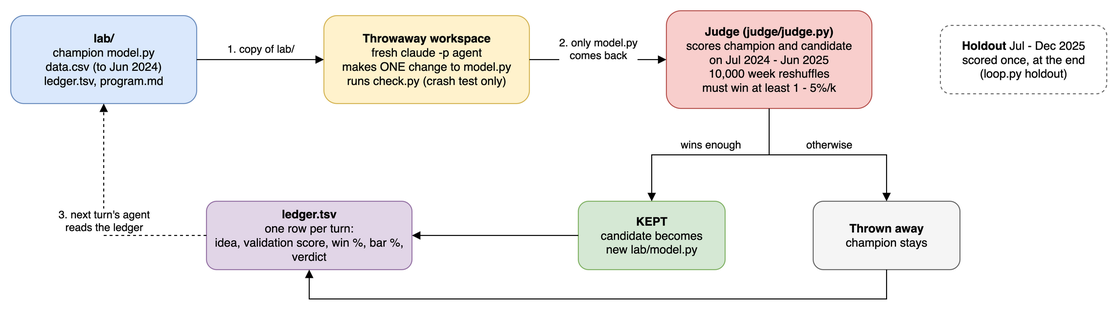
Before: docs/research-loop.drawio.png, a diagram exported from draw.io (hankehly/toy-autoresearch). Source tidied: cells renumbered, new cells last; positions are measured from the earlier drawing's top-left corner, leaving out a move shared by most shapes.
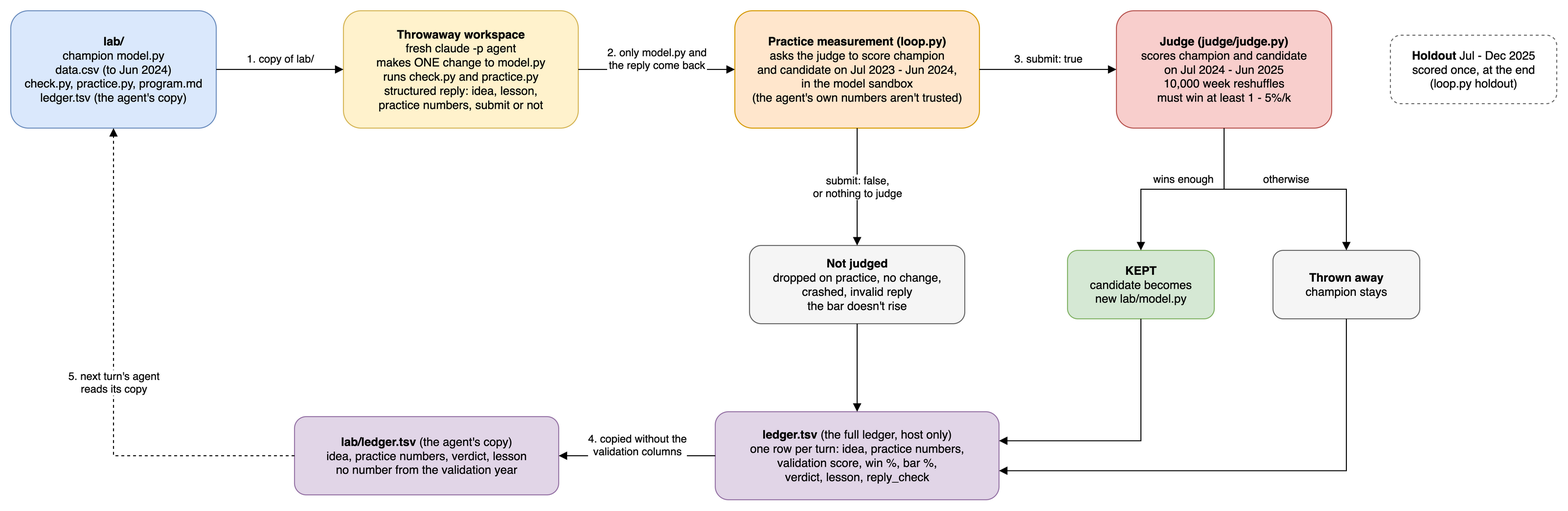
The same file after the commit.

Commit message:
Redraw the one-turn diagram for the two ledgers and the practice measurement

The diagram now shows the agent's practice run and structured reply, the
loop's own practice measurement, the outcomes that are never judged, and the
full ledger feeding the agent's copy. Follows #1.

Change to the diagram source:
```diff
@@ -2,56 +2,72 @@
   <root>
     <mxCell id="0" />
     <mxCell id="1" parent="0" />
-    <mxCell id="2" value="&lt;b&gt;lab/&lt;/b&gt;&lt;br&gt;champion model.py&lt;br&gt;data.csv (to Jun 2024)&lt;br&gt;ledger.tsv, program.md" style="rounded=1;whiteSpace=wrap;html=1;fillColor=#dae8fc;strokeColor=#6c8ebf;" parent="1" vertex="1">
-      <mxGeometry y="5" width="190" height="90" as="geometry" />
+    <mxCell id="2" value="&lt;b&gt;lab/&lt;/b&gt;&lt;br&gt;champion model.py&lt;br&gt;data.csv (to Jun 2024)&lt;br&gt;check.py, practice.py, program.md&lt;br&gt;ledger.tsv (the agent's copy)" style="rounded=1;whiteSpace=wrap;html=1;fillColor=#dae8fc;strokeColor=#6c8ebf;" parent="1" vertex="1">
+      <mxGeometry y="-5" width="210" height="120" as="geometry" />
     </mxCell>
-    <mxCell id="3" value="&lt;b&gt;Throwaway workspace&lt;/b&gt;&lt;br&gt;fresh claude -p agent&lt;br&gt;makes ONE change to model.py&lt;br&gt;runs check.py (crash test only)" style="rounded=1;whiteSpace=wrap;html=1;fillColor=#fff2cc;strokeColor=#d6b656;" parent="1" vertex="1">
-      <mxGeometry x="320" y="5" width="210" height="90" as="geometry" />
+    <mxCell id="3" value="&lt;b&gt;Throwaway workspace&lt;/b&gt;&lt;br&gt;fresh claude -p agent&lt;br&gt;makes ONE change to model.py&lt;br&gt;runs check.py and practice.py&lt;br&gt;structured reply: idea, lesson,&lt;br&gt;practice numbers, submit or not" style="rounded=1;whiteSpace=wrap;html=1;fillColor=#fff2cc;strokeColor=#d6b656;" parent="1" vertex="1">
+      <mxGeometry x="340" y="-5" width="240" height="120" as="geometry" />
     </mxCell>
+    <mxCell id="16" value="&lt;b&gt;Practice measurement (loop.py)&lt;/b&gt;&lt;br&gt;asks the judge to score champion&lt;br&gt;and candidate on Jul 2023 - Jun 2024,&lt;br&gt;in the model sandbox&lt;br&gt;(the agent's own numbers aren't trusted)" style="rounded=1;whiteSpace=wrap;html=1;fillColor=#ffe6cc;strokeColor=#d79b00;" parent="1" vertex="1">
+      <mxGeometry x="740" y="-5" width="250" height="120" as="geometry" />
+    </mxCell>
     <mxCell id="4" value="&lt;b&gt;Judge (judge/judge.py)&lt;/b&gt;&lt;br&gt;scores champion and candidate&lt;br&gt;on Jul 2024 - Jun 2025&lt;br&gt;10,000 week reshuffles&lt;br&gt;must win at least 1 - 5%/k" style="rounded=1;whiteSpace=wrap;html=1;fillColor=#f8cecc;strokeColor=#b85450;" parent="1" vertex="1">
-      <mxGeometry x="670" width="210" height="100" as="geometry" />
+      <mxGeometry x="1130" y="-5" width="220" height="120" as="geometry" />
     </mxCell>
+    <mxCell id="8" value="&lt;b&gt;Holdout&lt;/b&gt; Jul - Dec 2025&lt;br&gt;scored once, at the end&lt;br&gt;(loop.py holdout)" style="rounded=1;whiteSpace=wrap;html=1;dashed=1;fillColor=none;strokeColor=#666666;" parent="1" vertex="1">
+      <mxGeometry x="1410" y="20" width="170" height="70" as="geometry" />
+    </mxCell>
+    <mxCell id="17" value="&lt;b&gt;Not judged&lt;/b&gt;&lt;br&gt;dropped on practice, no change,&lt;br&gt;crashed, invalid reply&lt;br&gt;the bar doesn't rise" style="rounded=1;whiteSpace=wrap;html=1;fillColor=#f5f5f5;strokeColor=#666666;" parent="1" vertex="1">
+      <mxGeometry x="755" y="235" width="220" height="80" as="geometry" />
+    </mxCell>
     <mxCell id="5" value="&lt;b&gt;KEPT&lt;/b&gt;&lt;br&gt;candidate becomes&lt;br&gt;new lab/model.py" style="rounded=1;whiteSpace=wrap;html=1;fillColor=#d5e8d4;strokeColor=#82b366;" parent="1" vertex="1">
-      <mxGeometry x="580" y="195" width="150" height="70" as="geometry" />
+      <mxGeometry x="1080" y="240" width="150" height="70" as="geometry" />
     </mxCell>
     <mxCell id="6" value="&lt;b&gt;Thrown away&lt;/b&gt;&lt;br&gt;champion stays" style="rounded=1;whiteSpace=wrap;html=1;fillColor=#f5f5f5;strokeColor=#666666;" parent="1" vertex="1">
-      <mxGeometry x="820" y="195" width="150" height="70" as="geometry" />
+      <mxGeometry x="1290" y="240" width="150" height="70" as="geometry" />
     </mxCell>
-    <mxCell id="7" value="&lt;b&gt;ledger.tsv&lt;/b&gt;&lt;br&gt;one row per turn:&lt;br&gt;idea, validation score, win %, bar %, verdict" style="rounded=1;whiteSpace=wrap;html=1;fillColor=#e1d5e7;strokeColor=#9673a6;" parent="1" vertex="1">
-      <mxGeometry x="200" y="195" width="210" height="70" as="geometry" />
+    <mxCell id="7" value="&lt;b&gt;ledger.tsv&lt;/b&gt; (the full ledger, host only)&lt;br&gt;one row per turn: idea, practice numbers,&lt;br&gt;validation score, win %, bar %,&lt;br&gt;verdict, lesson, reply_check" style="rounded=1;whiteSpace=wrap;html=1;fillColor=#e1d5e7;strokeColor=#9673a6;" parent="1" vertex="1">
+      <mxGeometry x="720" y="405" width="290" height="90" as="geometry" />
     </mxCell>
-    <mxCell id="8" value="&lt;b&gt;Holdout&lt;/b&gt; Jul - Dec 2025&lt;br&gt;scored once, at the end&lt;br&gt;(loop.py holdout)" style="rounded=1;whiteSpace=wrap;html=1;dashed=1;fillColor=none;strokeColor=#666666;" parent="1" vertex="1">
-      <mxGeometry x="950" y="15" width="170" height="70" as="geometry" />
-    </mxCell>
+    <mxCell id="18" value="&lt;b&gt;lab/ledger.tsv&lt;/b&gt; (the agent's copy)&lt;br&gt;idea, practice numbers, verdict, lesson&lt;br&gt;no number from the validation year" style="rounded=1;whiteSpace=wrap;html=1;fillColor=#e1d5e7;strokeColor=#9673a6;" parent="1" vertex="1">
+      <mxGeometry x="290" y="410" width="270" height="80" as="geometry" />
+    </mxCell>
     <mxCell id="9" value="1. copy of lab/" style="edgeStyle=orthogonalEdgeStyle;rounded=0;html=1;endArrow=block;labelBackgroundColor=default;spacingTop=-22;" parent="1" edge="1" source="2" target="3">
       <mxGeometry relative="1" as="geometry" />
     </mxCell>
-    <mxCell id="10" value="2. only model.py&lt;br&gt;comes back" style="edgeStyle=orthogonalEdgeStyle;rounded=0;html=1;endArrow=block;labelBackgroundColor=default;spacingTop=-22;" parent="1" edge="1" source="3" target="4">
+    <mxCell id="10" value="2. only model.py and&lt;br&gt;the reply come back" style="edgeStyle=orthogonalEdgeStyle;rounded=0;html=1;endArrow=block;labelBackgroundColor=default;spacingTop=-22;" parent="1" edge="1" source="3" target="16">
       <mxGeometry relative="1" as="geometry" />
     </mxCell>
-    <mxCell id="11" value="wins enough" style="edgeStyle=orthogonalEdgeStyle;rounded=0;html=1;endArrow=block;labelBackgroundColor=default;spacingTop=-22;" parent="1" edge="1" source="4" target="5">
+    <mxCell id="11" value="3. submit: true" style="edgeStyle=orthogonalEdgeStyle;rounded=0;html=1;endArrow=block;labelBackgroundColor=default;spacingTop=-22;" parent="1" edge="1" source="16" target="4">
       <mxGeometry relative="1" as="geometry" />
     </mxCell>
-    <mxCell id="12" value="otherwise" style="edgeStyle=orthogonalEdgeStyle;rounded=0;html=1;endArrow=block;labelBackgroundColor=default;spacingTop=-22;" parent="1" edge="1" source="4" target="6">
+    <mxCell id="12" value="submit: false,&lt;br&gt;or nothing to judge" style="edgeStyle=orthogonalEdgeStyle;rounded=0;html=1;endArrow=block;labelBackgroundColor=default;" parent="1" edge="1" source="16" target="17">
       <mxGeometry relative="1" as="geometry" />
     </mxCell>
-    <mxCell id="13" style="edgeStyle=orthogonalEdgeStyle;rounded=0;html=1;endArrow=block;labelBackgroundColor=default;spacingTop=-22;" parent="1" edge="1" source="5" target="7">
+    <mxCell id="13" value="wins enough" style="edgeStyle=orthogonalEdgeStyle;rounded=0;html=1;endArrow=block;labelBackgroundColor=default;spacingTop=-22;" parent="1" edge="1" source="4" target="5">
       <mxGeometry relative="1" as="geometry" />
     </mxCell>
-    <mxCell id="14" style="edgeStyle=orthogonalEdgeStyle;rounded=0;html=1;endArrow=block;labelBackgroundColor=default;spacingTop=-22;" parent="1" edge="1" source="6" target="7">
-      <mxGeometry relative="1" as="geometry">
-        <Array as="points">
-          <mxPoint x="895" y="295" />
-          <mxPoint x="305" y="295" />
-        </Array>
-      </mxGeometry>
+    <mxCell id="14" value="otherwise" style="edgeStyle=orthogonalEdgeStyle;rounded=0;html=1;endArrow=block;labelBackgroundColor=default;spacingTop=-22;" parent="1" edge="1" source="4" target="6">
+      <mxGeometry relative="1" as="geometry" />
     </mxCell>
-    <mxCell id="15" value="3. next turn's agent&lt;br&gt;reads the ledger" style="edgeStyle=orthogonalEdgeStyle;rounded=0;html=1;endArrow=block;dashed=1;" parent="1" edge="1" source="7" target="2">
-      <mxGeometry relative="1" as="geometry">
-        <Array as="points">
-          <mxPoint x="95" y="230" />
-        </Array>
-      </mxGeometry>
+    <mxCell id="15" style="edgeStyle=orthogonalEdgeStyle;rounded=0;html=1;endArrow=block;labelBackgroundColor=default;" parent="1" edge="1" source="17" target="7">
+      <mxGeometry relative="1" as="geometry" />
     </mxCell>
+    <mxCell id="19" style="edgeStyle=orthogonalEdgeStyle;rounded=0;html=1;endArrow=block;labelBackgroundColor=default;exitX=0.5;exitY=1;exitDx=0;exitDy=0;entryX=1;entryY=0.33;entryDx=0;entryDy=0;" parent="1" edge="1" source="5" target="7">
+      <mxGeometry relative="1" as="geometry" />
+    </mxCell>
+    <mxCell id="20" style="edgeStyle=orthogonalEdgeStyle;rounded=0;html=1;endArrow=block;labelBackgroundColor=default;exitX=0.5;exitY=1;exitDx=0;exitDy=0;entryX=1;entryY=0.67;entryDx=0;entryDy=0;" parent="1" edge="1" source="6" target="7">
+      <mxGeometry relative="1" as="geometry" />
+    </mxCell>
+    <mxCell id="21" value="4. copied without the&lt;br&gt;validation columns" style="edgeStyle=orthogonalEdgeStyle;rounded=0;html=1;endArrow=block;labelBackgroundColor=default;spacingTop=-22;" parent="1" edge="1" source="7" target="18">
+      <mxGeometry relative="1" as="geometry" />
+    </mxCell>
+    <mxCell id="22" value="5. next turn's agent&lt;br&gt;reads its copy" style="edgeStyle=orthogonalEdgeStyle;rounded=0;html=1;endArrow=block;dashed=1;labelBackgroundColor=default;" parent="1" edge="1" source="18" target="2">
+      <mxGeometry relative="1" as="geometry">
+        <Array as="points">
+          <mxPoint x="105" y="450" />
+        </Array>
+      </mxGeometry>
+    </mxCell>
   </root>
 </mxGraphModel>
```
